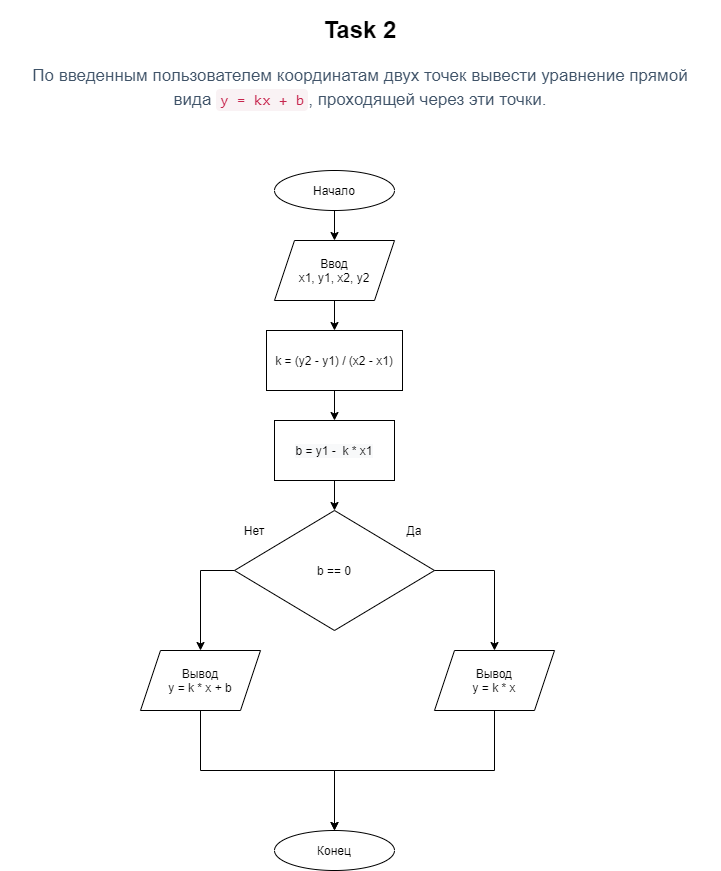
Above: Lesson1/FlowCharts/lesson1-Task-2.png in vic-k23/Geekbrains_algorithms_DS_on_Python (draw.io), before the change. Source tidied: cells renumbered, new cells last; positions are measured from the earlier drawing's top-left corner, leaving out a move shared by most shapes.
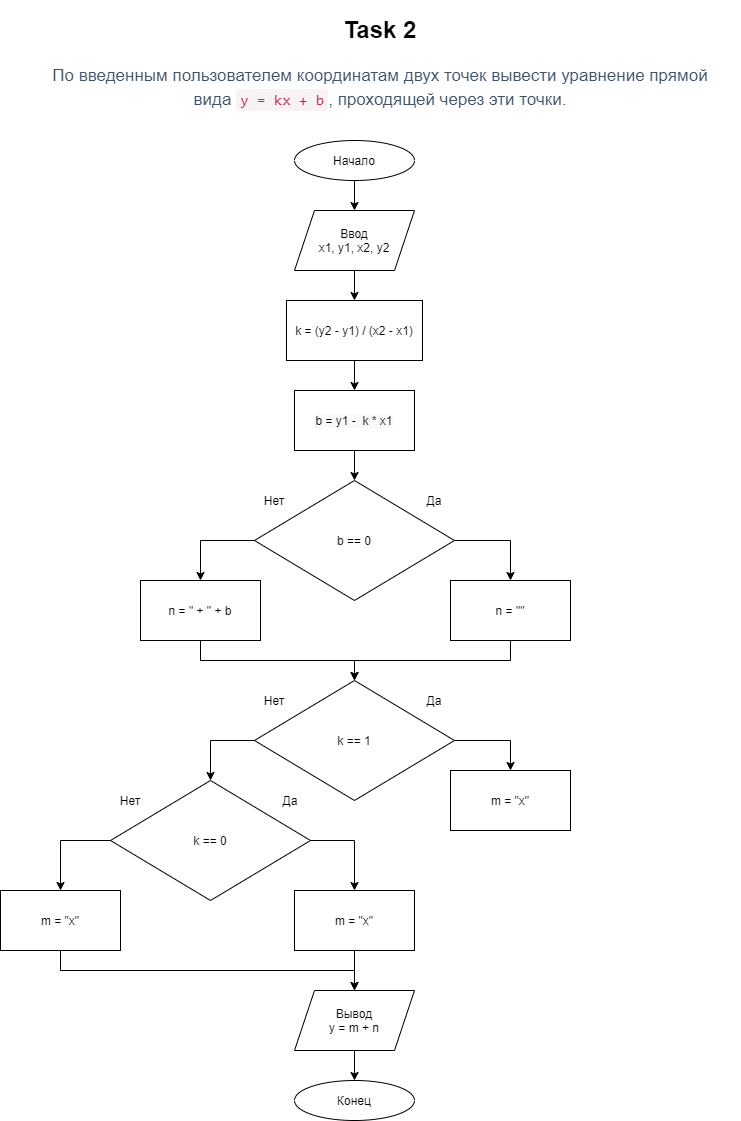
The same file after the commit.

Change to the diagram source:
```diff
@@ -3,7 +3,7 @@
     <mxCell id="0" />
     <mxCell id="1" parent="0" />
     <mxCell id="2" value="&lt;h1&gt;Task 2&lt;/h1&gt;&lt;div&gt;&lt;h3 style=&quot;box-sizing: border-box ; font-family: &amp;#34;roboto&amp;#34; , &amp;#34;san francisco&amp;#34; , &amp;#34;helvetica neue&amp;#34; , &amp;#34;helvetica&amp;#34; , &amp;#34;arial&amp;#34; ; font-weight: 500 ; line-height: 24px ; color: rgb(63 , 83 , 104) ; margin-top: 20px ; margin-bottom: 10px ; font-size: 17px ; background-color: rgb(255 , 255 , 255)&quot;&gt;По введенным пользователем координатам двух точек вывести уравнение прямой вида&amp;nbsp;&lt;code style=&quot;box-sizing: border-box ; font-family: &amp;#34;menlo&amp;#34; , &amp;#34;monaco&amp;#34; , &amp;#34;consolas&amp;#34; , &amp;#34;courier new&amp;#34; , monospace ; font-size: 15.3px ; color: rgb(199 , 37 , 78) ; background-color: rgb(249 , 242 , 244) ; border-radius: 4px ; padding: 2px 4px&quot;&gt;y = kx + b&lt;/code&gt;, проходящей через эти точки.&lt;/h3&gt;&lt;/div&gt;" style="text;html=1;strokeColor=none;fillColor=none;spacing=5;spacingTop=-20;whiteSpace=wrap;overflow=hidden;rounded=0;align=center;" parent="1" vertex="1">
-      <mxGeometry width="720" height="120" as="geometry" />
+      <mxGeometry y="30" width="720" height="120" as="geometry" />
     </mxCell>
     <mxCell id="3" style="edgeStyle=orthogonalEdgeStyle;rounded=0;jettySize=auto;html=1;exitX=0.5;exitY=1;exitDx=0;exitDy=0;entryX=0.5;entryY=0;entryDx=0;entryDy=0;" parent="1" edge="1" source="4" target="6">
       <mxGeometry relative="1" as="geometry" />
@@ -32,11 +32,11 @@
     <mxCell id="11" style="edgeStyle=orthogonalEdgeStyle;rounded=0;jettySize=auto;html=1;exitX=0.5;exitY=1;exitDx=0;exitDy=0;entryX=0.5;entryY=0;entryDx=0;entryDy=0;" parent="1" edge="1" source="12" target="13">
       <mxGeometry relative="1" as="geometry" />
     </mxCell>
-    <mxCell id="12" value="Вывод&lt;br&gt;y = k * x + b" style="shape=parallelogram;perimeter=parallelogramPerimeter;whiteSpace=wrap;html=1;fixedSize=1;align=center;" parent="1" vertex="1">
-      <mxGeometry x="140" y="640" width="120" height="60" as="geometry" />
+    <mxCell id="12" value="Вывод&lt;br&gt;y = m + n" style="shape=parallelogram;perimeter=parallelogramPerimeter;whiteSpace=wrap;html=1;fixedSize=1;align=center;" parent="1" vertex="1">
+      <mxGeometry x="274" y="1010" width="120" height="60" as="geometry" />
     </mxCell>
     <mxCell id="13" value="Конец" style="ellipse;whiteSpace=wrap;html=1;align=center;" parent="1" vertex="1">
-      <mxGeometry x="274" y="820" width="120" height="40" as="geometry" />
+      <mxGeometry x="274" y="1100" width="120" height="40" as="geometry" />
     </mxCell>
     <mxCell id="14" style="group;align=center;" parent="1" vertex="1">
       <mxGeometry x="234" y="500" width="200" height="120" as="geometry" />
@@ -50,17 +50,74 @@
     <mxCell id="17" value="Да" style="text;html=1;strokeColor=none;fillColor=none;align=center;verticalAlign=middle;whiteSpace=wrap;rounded=0;" parent="14" vertex="1">
       <mxGeometry x="160" y="10" width="40" height="20" as="geometry" />
     </mxCell>
-    <mxCell id="18" style="edgeStyle=orthogonalEdgeStyle;rounded=0;jettySize=auto;html=1;exitX=0;exitY=0.5;exitDx=0;exitDy=0;entryX=0.5;entryY=0;entryDx=0;entryDy=0;" parent="1" edge="1" source="15" target="12">
-      <mxGeometry relative="1" as="geometry" />
-    </mxCell>
-    <mxCell id="19" style="edgeStyle=orthogonalEdgeStyle;rounded=0;jettySize=auto;html=1;exitX=0.5;exitY=1;exitDx=0;exitDy=0;entryX=0.5;entryY=0;entryDx=0;entryDy=0;" parent="1" edge="1" source="20" target="13">
-      <mxGeometry relative="1" as="geometry" />
-    </mxCell>
-    <mxCell id="20" value="Вывод&lt;br&gt;y = k * x" style="shape=parallelogram;perimeter=parallelogramPerimeter;whiteSpace=wrap;html=1;fixedSize=1;align=center;" parent="1" vertex="1">
-      <mxGeometry x="434" y="640" width="120" height="60" as="geometry" />
-    </mxCell>
-    <mxCell id="21" style="edgeStyle=orthogonalEdgeStyle;rounded=0;jettySize=auto;html=1;exitX=1;exitY=0.5;exitDx=0;exitDy=0;" parent="1" edge="1" source="15" target="20">
-      <mxGeometry relative="1" as="geometry" />
-    </mxCell>
+    <mxCell id="22" style="edgeStyle=orthogonalEdgeStyle;rounded=0;jettySize=auto;html=1;exitX=0.5;exitY=1;exitDx=0;exitDy=0;" parent="1" edge="1" source="23" target="28">
+      <mxGeometry relative="1" as="geometry" />
+    </mxCell>
+    <mxCell id="23" value="n = &quot; + &quot; + b" style="rounded=0;whiteSpace=wrap;html=1;align=center;" parent="1" vertex="1">
+      <mxGeometry x="120" y="600" width="120" height="60" as="geometry" />
+    </mxCell>
+    <mxCell id="24" style="edgeStyle=orthogonalEdgeStyle;rounded=0;jettySize=auto;html=1;exitX=0.5;exitY=1;exitDx=0;exitDy=0;" parent="1" edge="1" source="25" target="28">
+      <mxGeometry relative="1" as="geometry" />
+    </mxCell>
+    <mxCell id="25" value="n = &quot;&quot;" style="rounded=0;whiteSpace=wrap;html=1;align=center;" parent="1" vertex="1">
+      <mxGeometry x="430" y="600" width="120" height="60" as="geometry" />
+    </mxCell>
+    <mxCell id="26" style="group;align=center;" parent="1" vertex="1">
+      <mxGeometry x="234" y="700" width="316" height="180" as="geometry" />
+    </mxCell>
+    <mxCell id="27" style="edgeStyle=orthogonalEdgeStyle;rounded=0;jettySize=auto;html=1;exitX=1;exitY=0.5;exitDx=0;exitDy=0;entryX=0.5;entryY=0;entryDx=0;entryDy=0;" parent="26" edge="1" source="28" target="31">
+      <mxGeometry relative="1" as="geometry" />
+    </mxCell>
+    <mxCell id="28" value="k == 1" style="rhombus;whiteSpace=wrap;html=1;align=center;" parent="26" vertex="1">
+      <mxGeometry width="200" height="120" as="geometry" />
+    </mxCell>
+    <mxCell id="29" value="Нет" style="text;html=1;strokeColor=none;fillColor=none;align=center;verticalAlign=middle;whiteSpace=wrap;rounded=0;" parent="26" vertex="1">
+      <mxGeometry y="10" width="40" height="20" as="geometry" />
+    </mxCell>
+    <mxCell id="30" value="Да" style="text;html=1;strokeColor=none;fillColor=none;align=center;verticalAlign=middle;whiteSpace=wrap;rounded=0;" parent="26" vertex="1">
+      <mxGeometry x="160" y="10" width="40" height="20" as="geometry" />
+    </mxCell>
+    <mxCell id="31" value="m = &quot;x&quot;" style="rounded=0;whiteSpace=wrap;html=1;align=center;" parent="26" vertex="1">
+      <mxGeometry x="196" y="90" width="120" height="60" as="geometry" />
+    </mxCell>
+    <mxCell id="32" style="group;align=center;" parent="1" vertex="1">
+      <mxGeometry x="90" y="800" width="200" height="120" as="geometry" />
+    </mxCell>
+    <mxCell id="33" value="k == 0" style="rhombus;whiteSpace=wrap;html=1;align=center;" parent="32" vertex="1">
+      <mxGeometry width="200" height="120" as="geometry" />
+    </mxCell>
+    <mxCell id="34" value="Нет" style="text;html=1;strokeColor=none;fillColor=none;align=center;verticalAlign=middle;whiteSpace=wrap;rounded=0;" parent="32" vertex="1">
+      <mxGeometry y="10" width="40" height="20" as="geometry" />
+    </mxCell>
+    <mxCell id="35" value="Да" style="text;html=1;strokeColor=none;fillColor=none;align=center;verticalAlign=middle;whiteSpace=wrap;rounded=0;" parent="32" vertex="1">
+      <mxGeometry x="160" y="10" width="40" height="20" as="geometry" />
+    </mxCell>
+    <mxCell id="36" style="edgeStyle=orthogonalEdgeStyle;rounded=0;jettySize=auto;html=1;exitX=0.5;exitY=1;exitDx=0;exitDy=0;" parent="1" edge="1" source="37" target="12">
+      <mxGeometry relative="1" as="geometry" />
+    </mxCell>
+    <mxCell id="37" value="m = &quot;x&quot;" style="rounded=0;whiteSpace=wrap;html=1;align=center;" parent="1" vertex="1">
+      <mxGeometry x="-20" y="910" width="120" height="60" as="geometry" />
+    </mxCell>
+    <mxCell id="38" style="edgeStyle=orthogonalEdgeStyle;rounded=0;jettySize=auto;html=1;exitX=0.5;exitY=1;exitDx=0;exitDy=0;" parent="1" edge="1" source="39" target="12">
+      <mxGeometry relative="1" as="geometry" />
+    </mxCell>
+    <mxCell id="39" value="m = &quot;x&quot;" style="rounded=0;whiteSpace=wrap;html=1;align=center;" parent="1" vertex="1">
+      <mxGeometry x="274" y="910" width="120" height="60" as="geometry" />
+    </mxCell>
+    <mxCell id="40" style="edgeStyle=orthogonalEdgeStyle;rounded=0;jettySize=auto;html=1;exitX=0;exitY=0.5;exitDx=0;exitDy=0;entryX=0.5;entryY=0;entryDx=0;entryDy=0;" parent="1" edge="1" source="15" target="23">
+      <mxGeometry relative="1" as="geometry" />
+    </mxCell>
+    <mxCell id="41" style="edgeStyle=orthogonalEdgeStyle;rounded=0;jettySize=auto;html=1;exitX=1;exitY=0.5;exitDx=0;exitDy=0;" parent="1" edge="1" source="15" target="25">
+      <mxGeometry relative="1" as="geometry" />
+    </mxCell>
+    <mxCell id="42" style="edgeStyle=orthogonalEdgeStyle;rounded=0;jettySize=auto;html=1;exitX=0;exitY=0.5;exitDx=0;exitDy=0;entryX=0.5;entryY=0;entryDx=0;entryDy=0;" parent="1" edge="1" source="28" target="33">
+      <mxGeometry relative="1" as="geometry" />
+    </mxCell>
+    <mxCell id="43" style="edgeStyle=orthogonalEdgeStyle;rounded=0;jettySize=auto;html=1;exitX=1;exitY=0.5;exitDx=0;exitDy=0;" parent="1" edge="1" source="33" target="39">
+      <mxGeometry relative="1" as="geometry" />
+    </mxCell>
+    <mxCell id="44" style="edgeStyle=orthogonalEdgeStyle;rounded=0;jettySize=auto;html=1;exitX=0;exitY=0.5;exitDx=0;exitDy=0;entryX=0.5;entryY=0;entryDx=0;entryDy=0;" parent="1" edge="1" source="33" target="37">
+      <mxGeometry relative="1" as="geometry" />
+    </mxCell>
   </root>
 </mxGraphModel>
```
